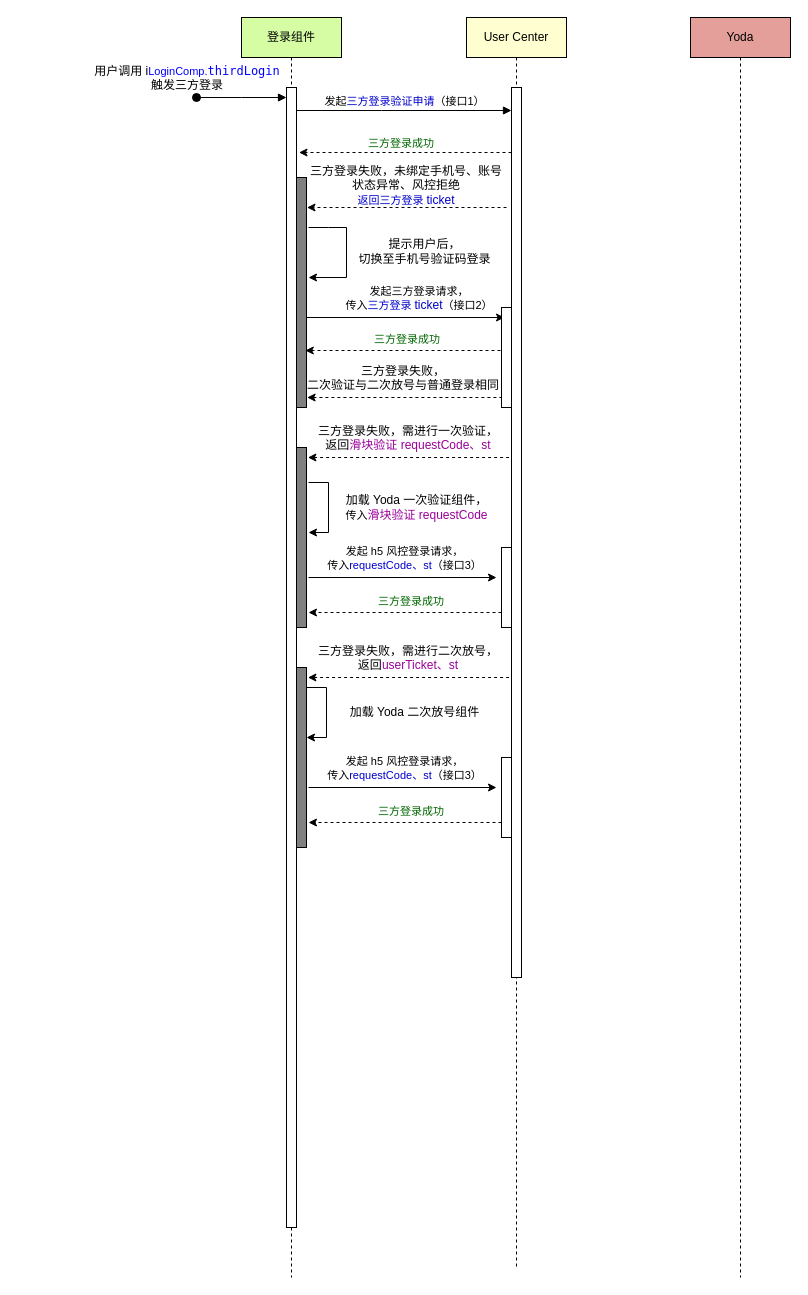
zhengjiaqi/draw keeps this draw.io diagram as src/account-third.drawio. Above is the earlier version. Source tidied: cells renumbered, new cells numbered last; positions are measured from the earlier drawing's top-left corner, leaving out a move shared by most shapes. Both pictures are drawn from the tidied source at 100%, with x=0, y=0 at pixel (16, 17).
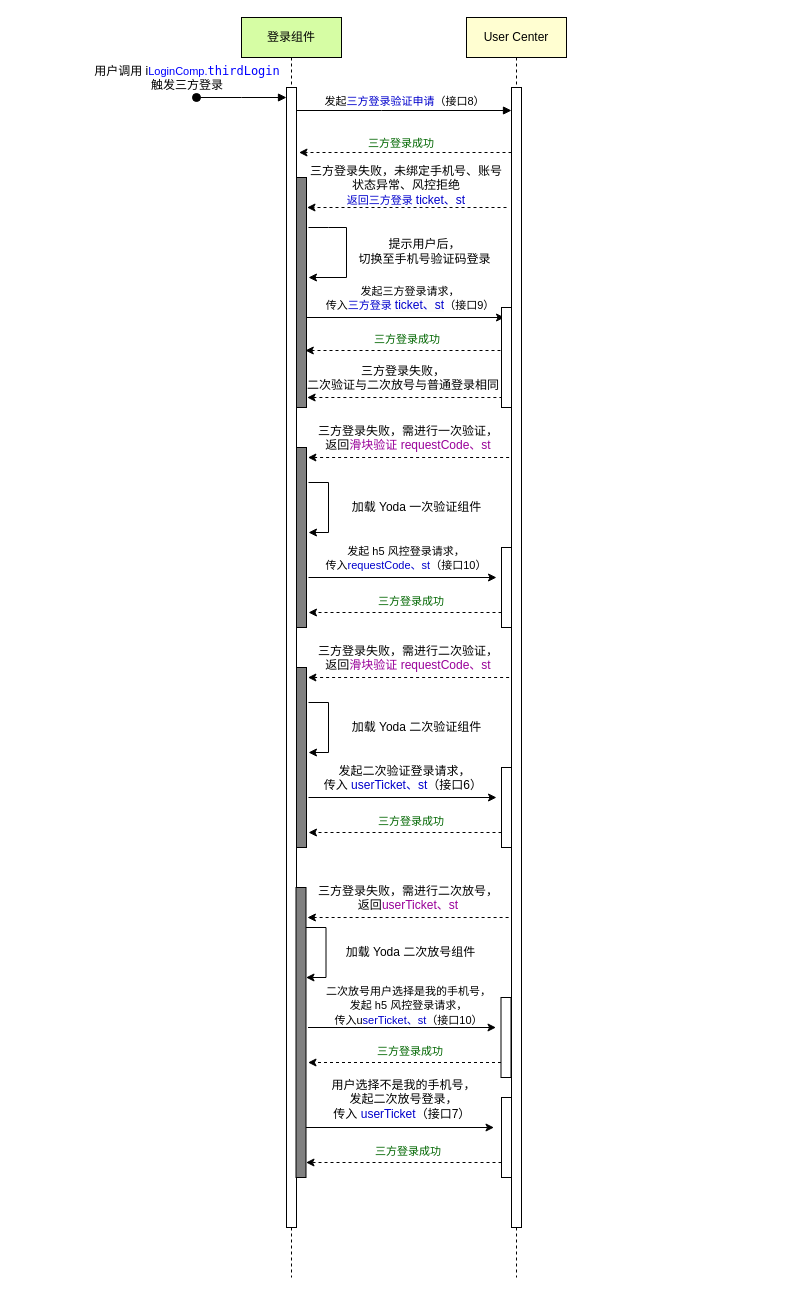
The same page after the edit.

Diff of the diagram source:
```diff
@@
     <mxCell id="7" value="User Center" style="shape=umlLifeline;perimeter=lifelinePerimeter;whiteSpace=wrap;html=1;newEdgeStyle={&quot;edgeStyle&quot;:&quot;elbowEdgeStyle&quot;,&quot;elbow&quot;:&quot;vertical&quot;,&quot;curved&quot;:0,&quot;rounded&quot;:0};fillColor=#FFFED1;" parent="1" vertex="1">
-      <mxGeometry x="450" width="100" height="1250" as="geometry" />
+      <mxGeometry x="450" width="100" height="1260" as="geometry" />
     </mxCell>
     <mxCell id="8" style="html=1;perimeter=orthogonalPerimeter;targetShapes=umlLifeline;newEdgeStyle={&quot;edgeStyle&quot;:&quot;elbowEdgeStyle&quot;,&quot;elbow&quot;:&quot;vertical&quot;,&quot;curved&quot;:0,&quot;rounded&quot;:0};" parent="7" vertex="1">
-      <mxGeometry x="45" y="70" width="10" height="890" as="geometry" />
+      <mxGeometry x="45" y="70" width="10" height="1140" as="geometry" />
     </mxCell>
@@
+    <mxCell id="44" style="html=1;points=[];perimeter=orthogonalPerimeter;outlineConnect=0;targetShapes=umlLifeline;portConstraint=eastwest;newEdgeStyle={&quot;edgeStyle&quot;:&quot;elbowEdgeStyle&quot;,&quot;elbow&quot;:&quot;vertical&quot;,&quot;curved&quot;:0,&quot;rounded&quot;:0};fillColor=#FFFFFF;" parent="7" vertex="1">
+      <mxGeometry x="35" y="1080" width="10" height="80" as="geometry" />
+    </mxCell>
+    <mxCell id="34" style="html=1;perimeter=orthogonalPerimeter;targetShapes=umlLifeline;newEdgeStyle={&quot;edgeStyle&quot;:&quot;elbowEdgeStyle&quot;,&quot;elbow&quot;:&quot;vertical&quot;,&quot;curved&quot;:0,&quot;rounded&quot;:0};fillColor=#808080;" parent="7" vertex="1">
+      <mxGeometry x="-170.5" y="870" width="10" height="290" as="geometry" />
+    </mxCell>
+    <mxCell id="35" style="html=1;points=[];perimeter=orthogonalPerimeter;outlineConnect=0;targetShapes=umlLifeline;portConstraint=eastwest;newEdgeStyle={&quot;edgeStyle&quot;:&quot;elbowEdgeStyle&quot;,&quot;elbow&quot;:&quot;vertical&quot;,&quot;curved&quot;:0,&quot;rounded&quot;:0};fillColor=#FFFFFF;" parent="7" vertex="1">
+      <mxGeometry x="34.5" y="980" width="10" height="80" as="geometry" />
+    </mxCell>
+    <mxCell id="36" style="edgeStyle=elbowEdgeStyle;rounded=0;orthogonalLoop=1;jettySize=auto;html=1;elbow=vertical;curved=0;dashed=1;" parent="7" edge="1">
+      <mxGeometry relative="1" as="geometry">
+        <mxPoint x="42.1" y="900" as="sourcePoint" />
+        <mxPoint x="-159.1" y="900" as="targetPoint" />
+      </mxGeometry>
+    </mxCell>
+    <mxCell id="37" value="三方登录失败，需进行二次放号，&lt;br&gt;返回&lt;font style=&quot;border-color: var(--border-color);&quot; color=&quot;#990099&quot;&gt;userTicket、st&lt;/font&gt;" style="text;whiteSpace=wrap;html=1;align=center;" parent="7" vertex="1">
+      <mxGeometry x="-156.5" y="860" width="196" height="20" as="geometry" />
+    </mxCell>
+    <mxCell id="38" style="endArrow=classic;html=1;rounded=0;" parent="7" edge="1">
+      <mxGeometry relative="1" as="geometry">
+        <mxPoint x="-160.5" y="910" as="sourcePoint" />
+        <mxPoint x="-160.5" y="960" as="targetPoint" />
+        <Array as="points">
+          <mxPoint x="-140.5" y="910" />
+          <mxPoint x="-140.5" y="960" />
+        </Array>
+      </mxGeometry>
+    </mxCell>
+    <mxCell id="39" value="加载 Yoda 二次放号组件" style="text;html=1;align=center;verticalAlign=middle;strokeColor=none;fillColor=none;" parent="7" vertex="1">
+      <mxGeometry x="-131.5" y="920" width="150" height="30" as="geometry" />
+    </mxCell>
+    <mxCell id="40" style="endArrow=classic;html=1;rounded=0;" parent="7" edge="1">
+      <mxGeometry relative="1" as="geometry">
+        <mxPoint x="-158.5" y="1010" as="sourcePoint" />
+        <mxPoint x="29.5" y="1010" as="targetPoint" />
+      </mxGeometry>
+    </mxCell>
+    <mxCell id="41" value="&lt;span style=&quot;font-family: Helvetica; font-style: normal; font-variant-ligatures: normal; font-variant-caps: normal; font-weight: 400; letter-spacing: normal; orphans: 2; text-indent: 0px; text-transform: none; widows: 2; word-spacing: 0px; -webkit-text-stroke-width: 0px; text-decoration-thickness: initial; text-decoration-style: initial; text-decoration-color: initial; float: none; display: inline !important; background-color: rgb(255, 255, 255); font-size: 11px;&quot;&gt;二次放号用户选择是我的手机号，&lt;br&gt;发起 h5 风控登录请求，&lt;br&gt;传入u&lt;font style=&quot;border-color: var(--border-color);&quot; color=&quot;#0000cc&quot;&gt;&lt;font style=&quot;border-color: var(--border-color);&quot; color=&quot;#0000cc&quot;&gt;serTicket、st&lt;/font&gt;&lt;/font&gt;（接口10）&lt;/span&gt;" style="text;whiteSpace=wrap;html=1;align=center;" parent="7" vertex="1">
+      <mxGeometry x="-151.5" y="960" width="187" height="20" as="geometry" />
+    </mxCell>
+    <mxCell id="42" style="edgeStyle=elbowEdgeStyle;rounded=0;jettySize=auto;html=1;elbow=vertical;curved=0;dashed=1;" parent="7" edge="1" source="35">
+      <mxGeometry relative="1" as="geometry">
+        <mxPoint x="-158.5" y="1045" as="targetPoint" />
+      </mxGeometry>
+    </mxCell>
+    <mxCell id="43" value="&lt;span style=&quot;font-size: 11px; background-color: rgb(255, 255, 255);&quot;&gt;&lt;font color=&quot;#006600&quot;&gt;三方登录成功&lt;/font&gt;&lt;/span&gt;" style="text;whiteSpace=wrap;html=1;align=center;" parent="7" vertex="1">
+      <mxGeometry x="-154" y="1020" width="196" height="20" as="geometry" />
+    </mxCell>
+    <mxCell id="45" style="endArrow=classic;html=1;rounded=0;" parent="7" edge="1">
+      <mxGeometry relative="1" as="geometry">
+        <mxPoint x="-160.5" y="1110" as="sourcePoint" />
+        <mxPoint x="27.5" y="1110" as="targetPoint" />
+      </mxGeometry>
+    </mxCell>
+    <mxCell id="46" style="edgeStyle=elbowEdgeStyle;rounded=0;jettySize=auto;html=1;elbow=vertical;curved=0;dashed=1;" parent="7" edge="1" source="44">
+      <mxGeometry relative="1" as="geometry">
+        <mxPoint x="-160.5" y="1145" as="targetPoint" />
+      </mxGeometry>
+    </mxCell>
+    <mxCell id="47" value="&lt;span style=&quot;font-size: 11px; background-color: rgb(255, 255, 255);&quot;&gt;&lt;font color=&quot;#006600&quot;&gt;三方登录成功&lt;/font&gt;&lt;/span&gt;" style="text;whiteSpace=wrap;html=1;align=center;" parent="7" vertex="1">
+      <mxGeometry x="-156" y="1120" width="196" height="20" as="geometry" />
+    </mxCell>
+    <mxCell id="48" value="用户选择不是我的手机号，&lt;br&gt;发起二次放号登录，&lt;br&gt;传入&lt;font color=&quot;#0000cc&quot;&gt; userTicket&lt;/font&gt;（接口7）&lt;span style=&quot;background-color: initial;&quot;&gt;&amp;nbsp;&lt;/span&gt;" style="text;html=1;align=center;verticalAlign=middle;strokeColor=none;fillColor=none;" parent="7" vertex="1">
+      <mxGeometry x="-148.5" y="1052" width="170" height="60" as="geometry" />
+    </mxCell>
-    <mxCell id="10" value="发起&lt;font color=&quot;#0000cc&quot;&gt;三方登录验证申请&lt;/font&gt;（接口1）" style="html=1;verticalAlign=bottom;endArrow=block;edgeStyle=elbowEdgeStyle;elbow=horizontal;curved=0;rounded=0;" parent="1" edge="1">
+    <mxCell id="10" value="发起&lt;font color=&quot;#0000cc&quot;&gt;三方登录验证申请&lt;/font&gt;（接口8）" style="html=1;verticalAlign=bottom;endArrow=block;edgeStyle=elbowEdgeStyle;elbow=horizontal;curved=0;rounded=0;" parent="1" edge="1">
       <mxGeometry relative="1" as="geometry">
         <mxPoint x="280" y="93" as="sourcePoint" />
         <mxPoint x="495" y="93" as="targetPoint" />
         <Array as="points">
           <mxPoint x="365" y="93" />
         </Array>
       </mxGeometry>
     </mxCell>
-    <mxCell id="11" value="Yoda" style="shape=umlLifeline;perimeter=lifelinePerimeter;whiteSpace=wrap;html=1;newEdgeStyle={&quot;edgeStyle&quot;:&quot;elbowEdgeStyle&quot;,&quot;elbow&quot;:&quot;vertical&quot;,&quot;curved&quot;:0,&quot;rounded&quot;:0};fillColor=#E49F9A;" parent="1" vertex="1">
-      <mxGeometry x="674" width="100" height="1260" as="geometry" />
-    </mxCell>
@@
-    <mxCell id="17" value="三方登录失败，未绑定手机号、账号状态异常、&lt;span style=&quot;font-family: Menlo, Monaco, &amp;quot;Courier New&amp;quot;, monospace;&quot;&gt;风控拒绝&lt;/span&gt;&lt;span style=&quot;font-family: Menlo, Monaco, &amp;quot;Courier New&amp;quot;, monospace;&quot;&gt;&lt;br&gt;&lt;/span&gt;&lt;span style=&quot;font-size: 11px; background-color: rgb(255, 255, 255);&quot;&gt;&lt;font color=&quot;#0000cc&quot;&gt;返回三方登录&amp;nbsp;&lt;/font&gt;&lt;/span&gt;&lt;font color=&quot;#0000cc&quot;&gt;ticket&lt;/font&gt;" style="text;whiteSpace=wrap;html=1;align=center;" parent="1" vertex="1">
+    <mxCell id="17" value="三方登录失败，未绑定手机号、账号状态异常、&lt;span style=&quot;font-family: Menlo, Monaco, &amp;quot;Courier New&amp;quot;, monospace;&quot;&gt;风控拒绝&lt;/span&gt;&lt;span style=&quot;font-family: Menlo, Monaco, &amp;quot;Courier New&amp;quot;, monospace;&quot;&gt;&lt;br&gt;&lt;/span&gt;&lt;span style=&quot;font-size: 11px; background-color: rgb(255, 255, 255);&quot;&gt;&lt;font color=&quot;#0000cc&quot;&gt;返回三方登录&amp;nbsp;&lt;/font&gt;&lt;/span&gt;&lt;font color=&quot;#0000cc&quot;&gt;ticket、st&lt;/font&gt;" style="text;whiteSpace=wrap;html=1;align=center;" parent="1" vertex="1">
       <mxGeometry x="292" y="140" width="196" height="20" as="geometry" />
     </mxCell>
@@
-    <mxCell id="20" value="&lt;span style=&quot;font-family: Helvetica; font-size: 11px; font-style: normal; font-variant-ligatures: normal; font-variant-caps: normal; font-weight: 400; letter-spacing: normal; orphans: 2; text-indent: 0px; text-transform: none; widows: 2; word-spacing: 0px; -webkit-text-stroke-width: 0px; background-color: rgb(255, 255, 255); text-decoration-thickness: initial; text-decoration-style: initial; text-decoration-color: initial; float: none; display: inline !important;&quot;&gt;发起三方登录请求，&lt;br&gt;传入&lt;font style=&quot;border-color: var(--border-color);&quot; color=&quot;#0000cc&quot;&gt;&lt;font style=&quot;border-color: var(--border-color);&quot; color=&quot;#0000cc&quot;&gt;三方登录&amp;nbsp;&lt;/font&gt;&lt;font style=&quot;border-color: var(--border-color); font-size: 12px; background-color: rgb(251, 251, 251);&quot; color=&quot;#0000cc&quot;&gt;ticket&lt;/font&gt;&lt;/font&gt;（接口2）&lt;/span&gt;" style="text;whiteSpace=wrap;html=1;align=center;" parent="1" vertex="1">
-      <mxGeometry x="318" y="260" width="170" height="20" as="geometry" />
+    <mxCell id="20" value="&lt;span style=&quot;font-family: Helvetica; font-size: 11px; font-style: normal; font-variant-ligatures: normal; font-variant-caps: normal; font-weight: 400; letter-spacing: normal; orphans: 2; text-indent: 0px; text-transform: none; widows: 2; word-spacing: 0px; -webkit-text-stroke-width: 0px; background-color: rgb(255, 255, 255); text-decoration-thickness: initial; text-decoration-style: initial; text-decoration-color: initial; float: none; display: inline !important;&quot;&gt;发起三方登录请求，&lt;br&gt;传入&lt;font style=&quot;border-color: var(--border-color);&quot; color=&quot;#0000cc&quot;&gt;&lt;font style=&quot;border-color: var(--border-color);&quot; color=&quot;#0000cc&quot;&gt;三方登录&amp;nbsp;&lt;/font&gt;&lt;font style=&quot;border-color: var(--border-color); font-size: 12px; background-color: rgb(251, 251, 251);&quot; color=&quot;#0000cc&quot;&gt;ticket、st&lt;/font&gt;&lt;/font&gt;（接口9）&lt;/span&gt;" style="text;whiteSpace=wrap;html=1;align=center;" parent="1" vertex="1">
+      <mxGeometry x="300" y="260" width="188" height="20" as="geometry" />
     </mxCell>
@@
-    <mxCell id="29" value="加载 Yoda 一次验证组件，&lt;br style=&quot;border-color: var(--border-color); font-size: 11px;&quot;&gt;&lt;span style=&quot;font-size: 11px; background-color: rgb(255, 255, 255);&quot;&gt;传入&lt;/span&gt;&lt;font style=&quot;border-color: var(--border-color);&quot; color=&quot;#990099&quot;&gt;滑块验证&amp;nbsp;requestCode&lt;/font&gt;" style="text;html=1;align=center;verticalAlign=middle;strokeColor=none;fillColor=none;" parent="1" vertex="1">
-      <mxGeometry x="315" y="470" width="170" height="40" as="geometry" />
+    <mxCell id="29" value="加载 Yoda 一次验证组件" style="text;html=1;align=center;verticalAlign=middle;strokeColor=none;fillColor=none;" parent="1" vertex="1">
+      <mxGeometry x="325" y="475" width="150" height="30" as="geometry" />
     </mxCell>
@@
-    <mxCell id="31" value="&lt;span style=&quot;font-family: Helvetica; font-style: normal; font-variant-ligatures: normal; font-variant-caps: normal; font-weight: 400; letter-spacing: normal; orphans: 2; text-indent: 0px; text-transform: none; widows: 2; word-spacing: 0px; -webkit-text-stroke-width: 0px; text-decoration-thickness: initial; text-decoration-style: initial; text-decoration-color: initial; float: none; display: inline !important; background-color: rgb(255, 255, 255); font-size: 11px;&quot;&gt;发起 h5 风控登录请求，&lt;br&gt;传入&lt;font style=&quot;border-color: var(--border-color);&quot; color=&quot;#0000cc&quot;&gt;&lt;font style=&quot;border-color: var(--border-color);&quot; color=&quot;#0000cc&quot;&gt;requestCode、st&lt;/font&gt;&lt;/font&gt;（接口3）&lt;/span&gt;" style="text;whiteSpace=wrap;html=1;align=center;" parent="1" vertex="1">
-      <mxGeometry x="300" y="520" width="177" height="20" as="geometry" />
+    <mxCell id="31" value="&lt;span style=&quot;font-family: Helvetica; font-style: normal; font-variant-ligatures: normal; font-variant-caps: normal; font-weight: 400; letter-spacing: normal; orphans: 2; text-indent: 0px; text-transform: none; widows: 2; word-spacing: 0px; -webkit-text-stroke-width: 0px; text-decoration-thickness: initial; text-decoration-style: initial; text-decoration-color: initial; float: none; display: inline !important; background-color: rgb(255, 255, 255); font-size: 11px;&quot;&gt;发起 h5 风控登录请求，&lt;br&gt;传入&lt;font style=&quot;border-color: var(--border-color);&quot; color=&quot;#0000cc&quot;&gt;&lt;font style=&quot;border-color: var(--border-color);&quot; color=&quot;#0000cc&quot;&gt;requestCode、st&lt;/font&gt;&lt;/font&gt;（接口10）&lt;/span&gt;" style="text;whiteSpace=wrap;html=1;align=center;" parent="1" vertex="1">
+      <mxGeometry x="295" y="520" width="190" height="20" as="geometry" />
     </mxCell>
@@
-    <mxCell id="34" style="html=1;perimeter=orthogonalPerimeter;targetShapes=umlLifeline;newEdgeStyle={&quot;edgeStyle&quot;:&quot;elbowEdgeStyle&quot;,&quot;elbow&quot;:&quot;vertical&quot;,&quot;curved&quot;:0,&quot;rounded&quot;:0};fillColor=#808080;" parent="1" vertex="1">
-      <mxGeometry x="280" y="650" width="10" height="180" as="geometry" />
-    </mxCell>
-    <mxCell id="35" style="html=1;points=[];perimeter=orthogonalPerimeter;outlineConnect=0;targetShapes=umlLifeline;portConstraint=eastwest;newEdgeStyle={&quot;edgeStyle&quot;:&quot;elbowEdgeStyle&quot;,&quot;elbow&quot;:&quot;vertical&quot;,&quot;curved&quot;:0,&quot;rounded&quot;:0};fillColor=#FFFFFF;" parent="1" vertex="1">
-      <mxGeometry x="485" y="740" width="10" height="80" as="geometry" />
-    </mxCell>
-    <mxCell id="36" style="edgeStyle=elbowEdgeStyle;rounded=0;orthogonalLoop=1;jettySize=auto;html=1;elbow=vertical;curved=0;dashed=1;" parent="1" edge="1">
-      <mxGeometry relative="1" as="geometry">
-        <mxPoint x="492.6" y="660" as="sourcePoint" />
-        <mxPoint x="291.4" y="660" as="targetPoint" />
-      </mxGeometry>
-    </mxCell>
-    <mxCell id="37" value="三方登录失败，需进行二次放号，&lt;br&gt;返回&lt;font style=&quot;border-color: var(--border-color);&quot; color=&quot;#990099&quot;&gt;userTicket、st&lt;/font&gt;" style="text;whiteSpace=wrap;html=1;align=center;" parent="1" vertex="1">
-      <mxGeometry x="294" y="620" width="196" height="20" as="geometry" />
-    </mxCell>
-    <mxCell id="38" style="endArrow=classic;html=1;rounded=0;" parent="1" edge="1">
-      <mxGeometry relative="1" as="geometry">
-        <mxPoint x="290" y="670" as="sourcePoint" />
-        <mxPoint x="290" y="720" as="targetPoint" />
-        <Array as="points">
-          <mxPoint x="310" y="670" />
-          <mxPoint x="310" y="720" />
-        </Array>
-      </mxGeometry>
-    </mxCell>
-    <mxCell id="39" value="加载 Yoda 二次放号组件" style="text;html=1;align=center;verticalAlign=middle;strokeColor=none;fillColor=none;" parent="1" vertex="1">
-      <mxGeometry x="323" y="680" width="150" height="30" as="geometry" />
-    </mxCell>
-    <mxCell id="40" style="endArrow=classic;html=1;rounded=0;" parent="1" edge="1">
-      <mxGeometry relative="1" as="geometry">
-        <mxPoint x="292" y="770" as="sourcePoint" />
-        <mxPoint x="480" y="770" as="targetPoint" />
-      </mxGeometry>
-    </mxCell>
-    <mxCell id="41" value="&lt;span style=&quot;font-family: Helvetica; font-style: normal; font-variant-ligatures: normal; font-variant-caps: normal; font-weight: 400; letter-spacing: normal; orphans: 2; text-indent: 0px; text-transform: none; widows: 2; word-spacing: 0px; -webkit-text-stroke-width: 0px; text-decoration-thickness: initial; text-decoration-style: initial; text-decoration-color: initial; float: none; display: inline !important; background-color: rgb(255, 255, 255); font-size: 11px;&quot;&gt;发起 h5 风控登录请求，&lt;br&gt;传入&lt;font style=&quot;border-color: var(--border-color);&quot; color=&quot;#0000cc&quot;&gt;&lt;font style=&quot;border-color: var(--border-color);&quot; color=&quot;#0000cc&quot;&gt;requestCode、st&lt;/font&gt;&lt;/font&gt;（接口3）&lt;/span&gt;" style="text;whiteSpace=wrap;html=1;align=center;" parent="1" vertex="1">
-      <mxGeometry x="300" y="730" width="177" height="20" as="geometry" />
-    </mxCell>
-    <mxCell id="42" style="edgeStyle=elbowEdgeStyle;rounded=0;jettySize=auto;html=1;elbow=vertical;curved=0;dashed=1;" parent="1" edge="1" source="35">
-      <mxGeometry relative="1" as="geometry">
-        <mxPoint x="292" y="805" as="targetPoint" />
-      </mxGeometry>
-    </mxCell>
-    <mxCell id="43" value="&lt;span style=&quot;font-size: 11px; background-color: rgb(255, 255, 255);&quot;&gt;&lt;font color=&quot;#006600&quot;&gt;三方登录成功&lt;/font&gt;&lt;/span&gt;" style="text;whiteSpace=wrap;html=1;align=center;" parent="1" vertex="1">
-      <mxGeometry x="296.5" y="780" width="196" height="20" as="geometry" />
-    </mxCell>
+    <mxCell id="49" style="html=1;perimeter=orthogonalPerimeter;targetShapes=umlLifeline;newEdgeStyle={&quot;edgeStyle&quot;:&quot;elbowEdgeStyle&quot;,&quot;elbow&quot;:&quot;vertical&quot;,&quot;curved&quot;:0,&quot;rounded&quot;:0};fillColor=#808080;" parent="1" vertex="1">
+      <mxGeometry x="280" y="650" width="10" height="180" as="geometry" />
+    </mxCell>
+    <mxCell id="50" style="html=1;points=[];perimeter=orthogonalPerimeter;outlineConnect=0;targetShapes=umlLifeline;portConstraint=eastwest;newEdgeStyle={&quot;edgeStyle&quot;:&quot;elbowEdgeStyle&quot;,&quot;elbow&quot;:&quot;vertical&quot;,&quot;curved&quot;:0,&quot;rounded&quot;:0};fillColor=#FFFFFF;" parent="1" vertex="1">
+      <mxGeometry x="485" y="750" width="10" height="80" as="geometry" />
+    </mxCell>
+    <mxCell id="51" style="edgeStyle=elbowEdgeStyle;rounded=0;orthogonalLoop=1;jettySize=auto;html=1;elbow=vertical;curved=0;dashed=1;" parent="1" edge="1">
+      <mxGeometry relative="1" as="geometry">
+        <mxPoint x="492.6" y="660" as="sourcePoint" />
+        <mxPoint x="291.4" y="660" as="targetPoint" />
+      </mxGeometry>
+    </mxCell>
+    <mxCell id="52" value="三方登录失败，需进行二次验证，&lt;br&gt;返回&lt;font style=&quot;border-color: var(--border-color);&quot; color=&quot;#990099&quot;&gt;滑块验证&amp;nbsp;requestCode、st&lt;/font&gt;" style="text;whiteSpace=wrap;html=1;align=center;" parent="1" vertex="1">
+      <mxGeometry x="294" y="620" width="196" height="20" as="geometry" />
+    </mxCell>
+    <mxCell id="53" style="endArrow=classic;html=1;rounded=0;" parent="1" edge="1">
+      <mxGeometry relative="1" as="geometry">
+        <mxPoint x="292" y="685" as="sourcePoint" />
+        <mxPoint x="292" y="735" as="targetPoint" />
+        <Array as="points">
+          <mxPoint x="312" y="685" />
+          <mxPoint x="312" y="735" />
+        </Array>
+      </mxGeometry>
+    </mxCell>
+    <mxCell id="54" value="加载 Yoda 二次验证组件" style="text;html=1;align=center;verticalAlign=middle;strokeColor=none;fillColor=none;" parent="1" vertex="1">
+      <mxGeometry x="325" y="695" width="150" height="30" as="geometry" />
+    </mxCell>
+    <mxCell id="55" style="endArrow=classic;html=1;rounded=0;" parent="1" edge="1">
+      <mxGeometry relative="1" as="geometry">
+        <mxPoint x="292" y="780" as="sourcePoint" />
+        <mxPoint x="480" y="780" as="targetPoint" />
+      </mxGeometry>
+    </mxCell>
+    <mxCell id="56" value="发起二次验证登录请求，&lt;br style=&quot;border-color: var(--border-color);&quot;&gt;&lt;span style=&quot;&quot;&gt;传入&lt;/span&gt;&lt;font style=&quot;border-color: var(--border-color);&quot; color=&quot;#0000cc&quot;&gt;&amp;nbsp;userTicket、st&lt;/font&gt;&lt;span style=&quot;&quot;&gt;（接口6）&lt;/span&gt;&lt;span style=&quot;border-color: var(--border-color); background-color: initial;&quot;&gt;&amp;nbsp;&lt;/span&gt;" style="text;whiteSpace=wrap;html=1;align=center;" parent="1" vertex="1">
+      <mxGeometry x="300" y="740" width="177" height="20" as="geometry" />
+    </mxCell>
+    <mxCell id="57" style="edgeStyle=elbowEdgeStyle;rounded=0;jettySize=auto;html=1;elbow=vertical;curved=0;dashed=1;" parent="1" edge="1" source="50">
+      <mxGeometry relative="1" as="geometry">
+        <mxPoint x="292" y="815" as="targetPoint" />
+      </mxGeometry>
+    </mxCell>
+    <mxCell id="58" value="&lt;span style=&quot;font-size: 11px; background-color: rgb(255, 255, 255);&quot;&gt;&lt;font color=&quot;#006600&quot;&gt;三方登录成功&lt;/font&gt;&lt;/span&gt;" style="text;whiteSpace=wrap;html=1;align=center;" parent="1" vertex="1">
+      <mxGeometry x="296.5" y="790" width="196" height="20" as="geometry" />
+    </mxCell>
```
